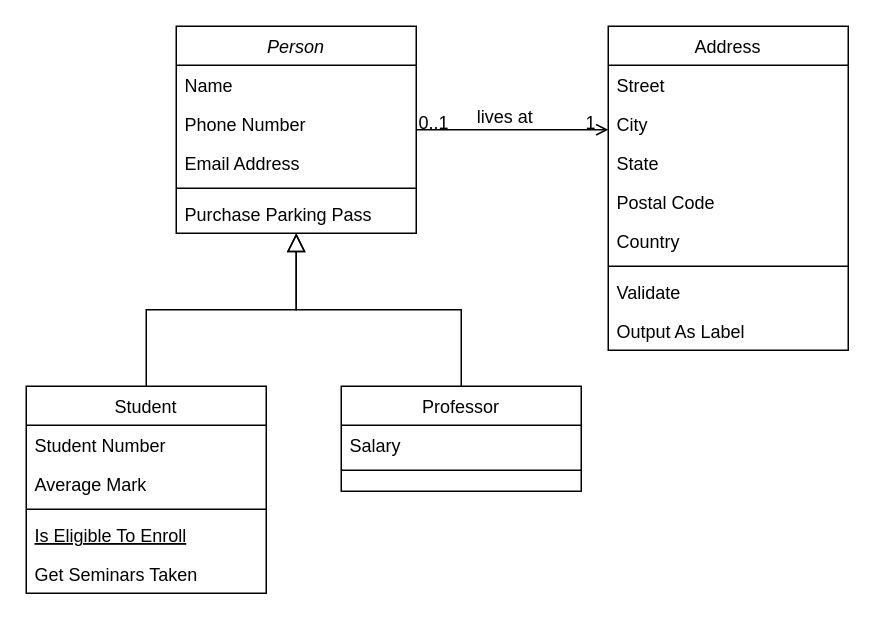
The draw.io diagram Untitled Diagram.drawio in trujimat/Crustaceans-of-life, before the edit. Source tidied: cells renumbered, new cells numbered last; positions are measured from the earlier drawing's top-left corner, leaving out a move shared by most shapes. Both pictures are drawn from the tidied source at 150%, with x=0, y=0 at pixel (26, 26).
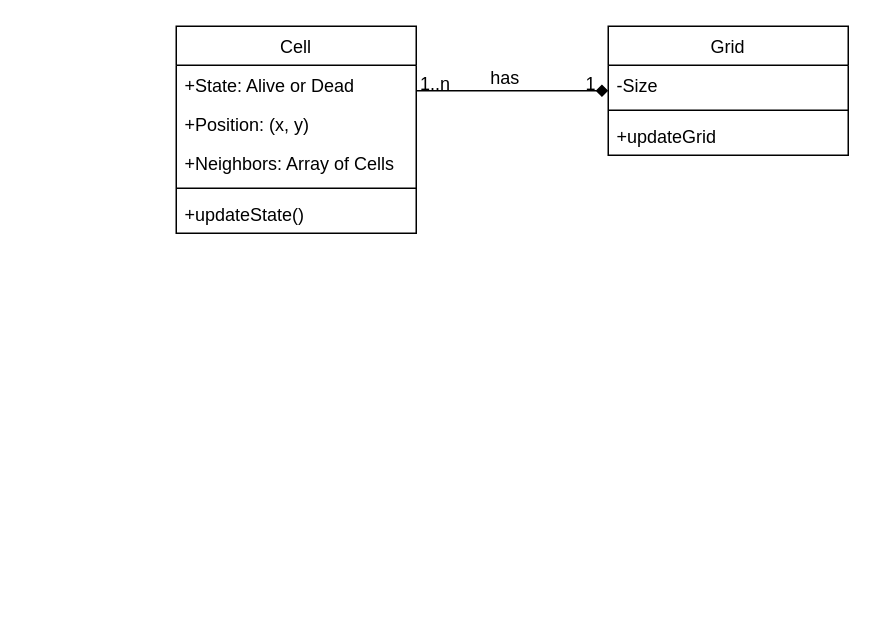
After the change.

Commit message:
Update class first draft Diagram.drawio

Change to the diagram source:
```diff
@@
-    <mxCell id="2" value="Person" style="swimlane;fontStyle=2;align=center;verticalAlign=top;horizontal=1;startSize=26;rounded=0;shadow=0;strokeWidth=1;" parent="1" vertex="1">
+    <mxCell id="2" value="Cell" style="swimlane;fontStyle=0;align=center;verticalAlign=top;horizontal=1;startSize=26;rounded=0;shadow=0;strokeWidth=1;" parent="1" vertex="1">
       <mxGeometry x="100" width="160" height="138" as="geometry" />
     </mxCell>
-    <mxCell id="3" value="Name" style="text;align=left;verticalAlign=top;spacingLeft=4;spacingRight=4;overflow=hidden;" parent="2" vertex="1">
+    <mxCell id="3" value="+State: Alive or Dead" style="text;align=left;verticalAlign=top;spacingLeft=4;spacingRight=4;overflow=hidden;" parent="2" vertex="1">
       <mxGeometry y="26" width="160" height="26" as="geometry" />
     </mxCell>
-    <mxCell id="4" value="Phone Number" style="text;align=left;verticalAlign=top;spacingLeft=4;spacingRight=4;overflow=hidden;rounded=0;shadow=0;html=0;" parent="2" vertex="1">
+    <mxCell id="4" value="+Position: (x, y)" style="text;align=left;verticalAlign=top;spacingLeft=4;spacingRight=4;overflow=hidden;rounded=0;shadow=0;html=0;" parent="2" vertex="1">
       <mxGeometry y="52" width="160" height="26" as="geometry" />
     </mxCell>
-    <mxCell id="5" value="Email Address" style="text;align=left;verticalAlign=top;spacingLeft=4;spacingRight=4;overflow=hidden;rounded=0;shadow=0;html=0;" parent="2" vertex="1">
+    <mxCell id="5" value="+Neighbors: Array of Cells" style="text;align=left;verticalAlign=top;spacingLeft=4;spacingRight=4;overflow=hidden;rounded=0;shadow=0;html=0;" parent="2" vertex="1">
       <mxGeometry y="78" width="160" height="26" as="geometry" />
     </mxCell>
@@
-    <mxCell id="7" value="Purchase Parking Pass" style="text;align=left;verticalAlign=top;spacingLeft=4;spacingRight=4;overflow=hidden;" parent="2" vertex="1">
+    <mxCell id="7" value="+updateState()" style="text;align=left;verticalAlign=top;spacingLeft=4;spacingRight=4;overflow=hidden;" parent="2" vertex="1">
       <mxGeometry y="112" width="160" height="26" as="geometry" />
     </mxCell>
-    <mxCell id="8" value="Student" style="swimlane;fontStyle=0;align=center;verticalAlign=top;horizontal=1;startSize=26;rounded=0;shadow=0;strokeWidth=1;" parent="1" vertex="1">
-      <mxGeometry y="240" width="160" height="138" as="geometry" />
-    </mxCell>
-    <mxCell id="9" value="Student Number" style="text;align=left;verticalAlign=top;spacingLeft=4;spacingRight=4;overflow=hidden;" parent="8" vertex="1">
-      <mxGeometry y="26" width="160" height="26" as="geometry" />
-    </mxCell>
-    <mxCell id="10" value="Average Mark" style="text;align=left;verticalAlign=top;spacingLeft=4;spacingRight=4;overflow=hidden;rounded=0;shadow=0;html=0;" parent="8" vertex="1">
-      <mxGeometry y="52" width="160" height="26" as="geometry" />
-    </mxCell>
-    <mxCell id="11" style="line;html=1;strokeWidth=1;align=left;verticalAlign=middle;spacingTop=-1;spacingLeft=3;spacingRight=3;labelPosition=right;" parent="8" vertex="1">
-      <mxGeometry y="78" width="160" height="8" as="geometry" />
-    </mxCell>
-    <mxCell id="12" value="Is Eligible To Enroll" style="text;align=left;verticalAlign=top;spacingLeft=4;spacingRight=4;overflow=hidden;fontStyle=4;" parent="8" vertex="1">
-      <mxGeometry y="86" width="160" height="26" as="geometry" />
-    </mxCell>
-    <mxCell id="13" value="Get Seminars Taken" style="text;align=left;verticalAlign=top;spacingLeft=4;spacingRight=4;overflow=hidden;" parent="8" vertex="1">
-      <mxGeometry y="112" width="160" height="26" as="geometry" />
-    </mxCell>
-    <mxCell id="14" style="endArrow=block;endSize=10;endFill=0;shadow=0;strokeWidth=1;rounded=0;curved=0;edgeStyle=elbowEdgeStyle;elbow=vertical;" parent="1" edge="1" source="8" target="2">
-      <mxGeometry relative="1" as="geometry" />
-    </mxCell>
-    <mxCell id="15" value="Professor" style="swimlane;fontStyle=0;align=center;verticalAlign=top;horizontal=1;startSize=26;rounded=0;shadow=0;strokeWidth=1;" parent="1" vertex="1">
-      <mxGeometry x="210" y="240" width="160" height="70" as="geometry" />
-    </mxCell>
-    <mxCell id="16" value="Salary" style="text;align=left;verticalAlign=top;spacingLeft=4;spacingRight=4;overflow=hidden;" parent="15" vertex="1">
-      <mxGeometry y="26" width="160" height="26" as="geometry" />
-    </mxCell>
-    <mxCell id="17" style="line;html=1;strokeWidth=1;align=left;verticalAlign=middle;spacingTop=-1;spacingLeft=3;spacingRight=3;labelPosition=right;" parent="15" vertex="1">
-      <mxGeometry y="52" width="160" height="8" as="geometry" />
-    </mxCell>
-    <mxCell id="18" style="endArrow=block;endSize=10;endFill=0;shadow=0;strokeWidth=1;rounded=0;curved=0;edgeStyle=elbowEdgeStyle;elbow=vertical;" parent="1" edge="1" source="15" target="2">
-      <mxGeometry relative="1" as="geometry" />
-    </mxCell>
-    <mxCell id="19" value="Address" style="swimlane;fontStyle=0;align=center;verticalAlign=top;horizontal=1;startSize=26;rounded=0;shadow=0;strokeWidth=1;" parent="1" vertex="1">
-      <mxGeometry x="388" width="160" height="216" as="geometry" />
+    <mxCell id="19" value="Grid" style="swimlane;fontStyle=0;align=center;verticalAlign=top;horizontal=1;startSize=26;rounded=0;shadow=0;strokeWidth=1;" parent="1" vertex="1">
+      <mxGeometry x="388" width="160" height="86" as="geometry" />
     </mxCell>
-    <mxCell id="20" value="Street" style="text;align=left;verticalAlign=top;spacingLeft=4;spacingRight=4;overflow=hidden;" parent="19" vertex="1">
+    <mxCell id="20" value="-Size" style="text;align=left;verticalAlign=top;spacingLeft=4;spacingRight=4;overflow=hidden;" parent="19" vertex="1">
       <mxGeometry y="26" width="160" height="26" as="geometry" />
     </mxCell>
-    <mxCell id="21" value="City" style="text;align=left;verticalAlign=top;spacingLeft=4;spacingRight=4;overflow=hidden;rounded=0;shadow=0;html=0;" parent="19" vertex="1">
-      <mxGeometry y="52" width="160" height="26" as="geometry" />
-    </mxCell>
-    <mxCell id="22" value="State" style="text;align=left;verticalAlign=top;spacingLeft=4;spacingRight=4;overflow=hidden;rounded=0;shadow=0;html=0;" parent="19" vertex="1">
-      <mxGeometry y="78" width="160" height="26" as="geometry" />
-    </mxCell>
-    <mxCell id="23" value="Postal Code" style="text;align=left;verticalAlign=top;spacingLeft=4;spacingRight=4;overflow=hidden;rounded=0;shadow=0;html=0;" parent="19" vertex="1">
-      <mxGeometry y="104" width="160" height="26" as="geometry" />
-    </mxCell>
-    <mxCell id="24" value="Country" style="text;align=left;verticalAlign=top;spacingLeft=4;spacingRight=4;overflow=hidden;rounded=0;shadow=0;html=0;" parent="19" vertex="1">
-      <mxGeometry y="130" width="160" height="26" as="geometry" />
-    </mxCell>
     <mxCell id="25" style="line;html=1;strokeWidth=1;align=left;verticalAlign=middle;spacingTop=-1;spacingLeft=3;spacingRight=3;labelPosition=right;" parent="19" vertex="1">
-      <mxGeometry y="156" width="160" height="8" as="geometry" />
+      <mxGeometry y="52" width="160" height="8" as="geometry" />
     </mxCell>
-    <mxCell id="26" value="Validate" style="text;align=left;verticalAlign=top;spacingLeft=4;spacingRight=4;overflow=hidden;" parent="19" vertex="1">
-      <mxGeometry y="164" width="160" height="26" as="geometry" />
+    <mxCell id="26" value="+updateGrid" style="text;align=left;verticalAlign=top;spacingLeft=4;spacingRight=4;overflow=hidden;" parent="19" vertex="1">
+      <mxGeometry y="60" width="160" height="26" as="geometry" />
     </mxCell>
-    <mxCell id="27" value="Output As Label" style="text;align=left;verticalAlign=top;spacingLeft=4;spacingRight=4;overflow=hidden;" parent="19" vertex="1">
-      <mxGeometry y="190" width="160" height="26" as="geometry" />
-    </mxCell>
-    <mxCell id="28" style="endArrow=open;shadow=0;strokeWidth=1;rounded=0;curved=0;endFill=1;edgeStyle=elbowEdgeStyle;elbow=vertical;" parent="1" edge="1" source="2" target="19">
+    <mxCell id="28" style="endArrow=diamond;shadow=0;strokeWidth=1;rounded=0;curved=0;endFill=1;edgeStyle=elbowEdgeStyle;elbow=vertical;" parent="1" edge="1" source="2" target="19">
       <mxGeometry x="0.5" y="41" relative="1" as="geometry">
         <mxPoint x="-40" y="32" as="offset" />
       </mxGeometry>
     </mxCell>
-    <mxCell id="29" value="0..1" style="align=left;verticalAlign=bottom;labelBackgroundColor=none;fontSize=12;" parent="28" vertex="1">
+    <mxCell id="29" value="1..n" style="align=left;verticalAlign=bottom;labelBackgroundColor=none;fontSize=12;" parent="28" vertex="1">
       <mxGeometry x="-1" relative="1" as="geometry">
-        <mxPoint y="4" as="offset" />
+        <mxPoint x="1" y="4" as="offset" />
       </mxGeometry>
     </mxCell>
@@
-    <mxCell id="31" value="lives at" style="text;html=1;align=center;verticalAlign=middle;labelBackgroundColor=none;rounded=0;shadow=0;strokeWidth=1;fontSize=12;" parent="28" vertex="1">
+    <mxCell id="31" value="has" style="text;html=1;align=center;verticalAlign=middle;labelBackgroundColor=none;rounded=0;shadow=0;strokeWidth=1;fontSize=12;" parent="28" vertex="1">
       <mxGeometry x="0.5" y="49" relative="1" as="geometry">
         <mxPoint x="-38" y="40" as="offset" />
       </mxGeometry>
     </mxCell>
```
